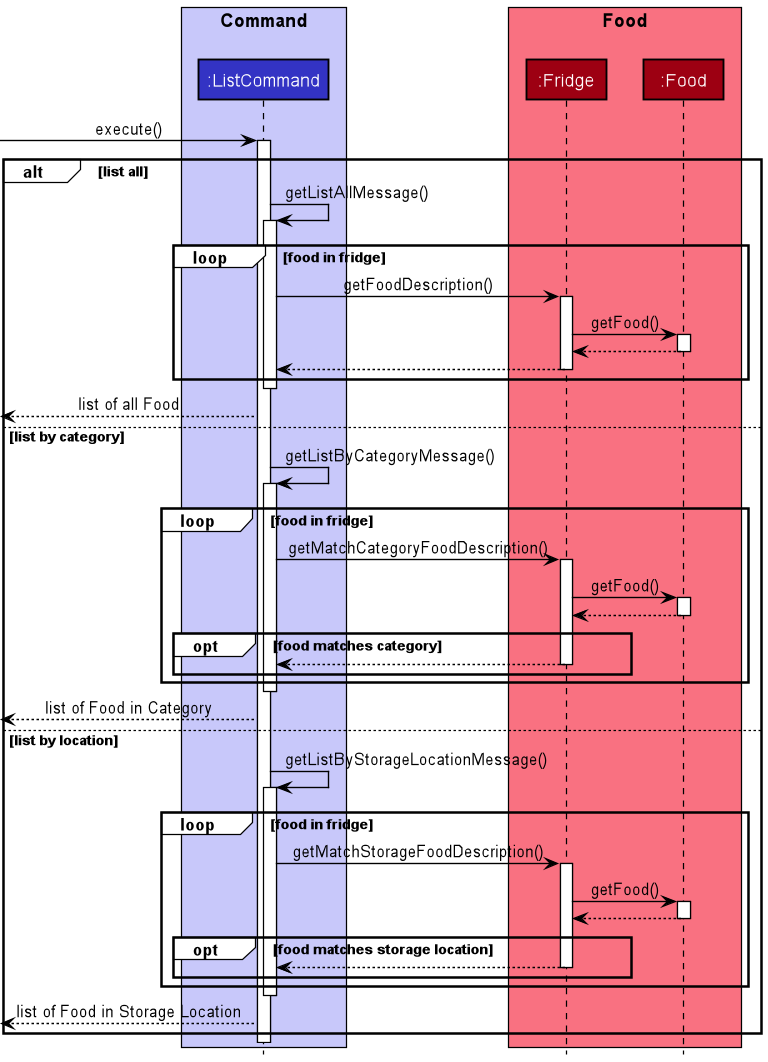
Earlier version of the PlantUML export docs/diagrams/diagram_images/ListCommandSequenceDiagram.png (nus-cs2113-AY2021S2/tp). The source it was exported from:
```plantuml
@startuml ListCommandSequenceDiagram

!include style.puml

box "Command\n" COMMAND_COLOR_T1
Participant ":ListCommand" as list COMMAND_COLOR
end box

box "Food\n" FOOD_COLOR_T1
Participant ":Fridge" as fridge FOOD_COLOR
Participant ":Food" as food FOOD_COLOR
end box

-> list: execute()
activate list

alt list all
        list -> list: getListAllMessage()
        activate list
        loop food in fridge
            list-> fridge: getFoodDescription()
            activate fridge

            fridge -> food: getFood()
                activate food
                return
                return
                deactivate food

            deactivate fridge
        end
        deactivate list
<--list: list of all Food

else list by category
        list -> list: getListByCategoryMessage()
        activate list
        loop food in fridge
            list-> fridge: getMatchCategoryFoodDescription()
            activate fridge

            fridge -> food: getFood()
                activate food
                return
                opt food matches category
                return
                end
                deactivate food

            deactivate fridge
        end
        deactivate list
<--list: list of Food in Category

else list by location
        list -> list: getListByStorageLocationMessage()
        activate list
        loop food in fridge
            list-> fridge: getMatchStorageFoodDescription()
            activate fridge

            fridge -> food: getFood()
                activate food
                return
                opt food matches storage location
                return
                end
                deactivate food

            deactivate fridge
        end
        deactivate list
<--list: list of Food in Storage Location
end


deactivate list

@enduml
```
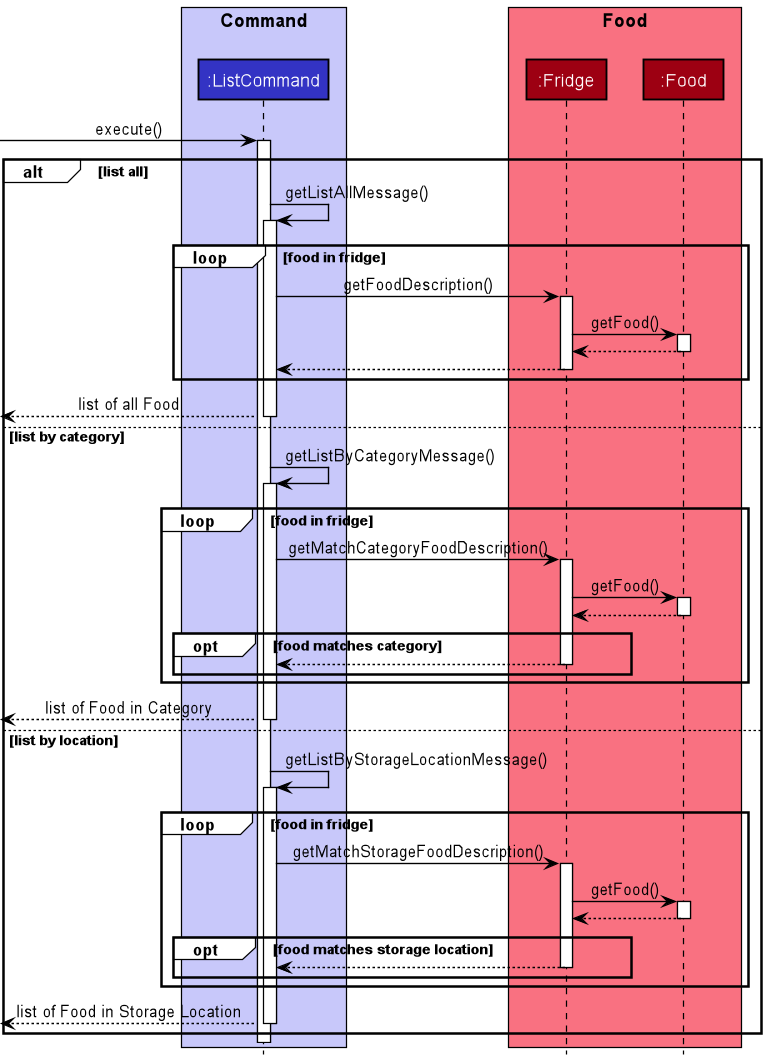
The same diagram one commit later.

Commit message:
Updated location of Sequence Diagram & Added history command paragraph

Diff of the diagram source:
```diff
@@ -29,10 +29,12 @@
 
             deactivate fridge
         end
-        deactivate list
+
 <--list: list of all Food
+deactivate list
 
 else list by category
+
         list -> list: getListByCategoryMessage()
         activate list
         loop food in fridge
@@ -49,8 +51,9 @@
 
             deactivate fridge
         end
-        deactivate list
+
 <--list: list of Food in Category
+deactivate list
 
 else list by location
         list -> list: getListByStorageLocationMessage()
@@ -69,8 +72,10 @@
 
             deactivate fridge
         end
-        deactivate list
+
 <--list: list of Food in Storage Location
+deactivate list
+
 end
 
 
```
